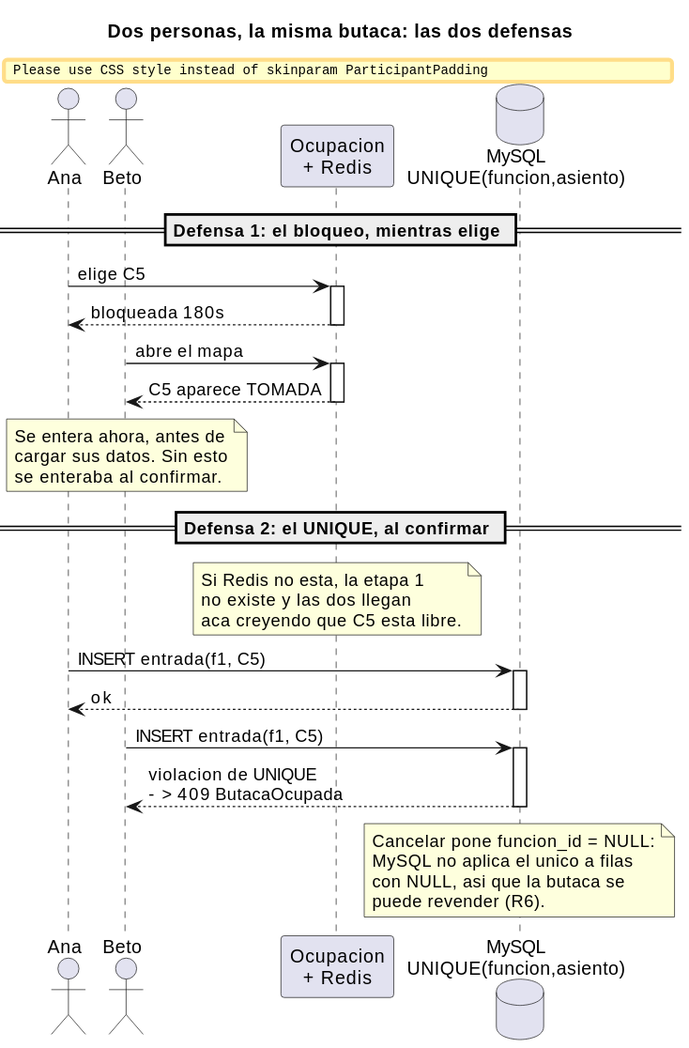
Before: _other/docs/diagramas/butaca-carrera.svg, a diagram exported from PlantUML (andreiveisuade/cine-uade). Its diagram source:
```plantuml
@startuml
title Dos personas, la misma butaca: las dos defensas

skinparam sequenceMessageAlign left
skinparam maxMessageSize 210
skinparam ParticipantPadding 14

actor Ana
actor Beto
participant "Ocupacion\n+ Redis" as Bloqueo
database "MySQL\nUNIQUE(funcion,asiento)" as DB

== Defensa 1: el bloqueo, mientras elige ==

Ana -> Bloqueo : elige C5
activate Bloqueo
Bloqueo --> Ana : bloqueada 180s
deactivate Bloqueo

Beto -> Bloqueo : abre el mapa
activate Bloqueo
Bloqueo --> Beto : C5 aparece TOMADA
deactivate Bloqueo

note over Beto
  Se entera ahora, antes de
  cargar sus datos. Sin esto
  se enteraba al confirmar.
end note

== Defensa 2: el UNIQUE, al confirmar ==

note over Bloqueo
  Si Redis no esta, la etapa 1
  no existe y las dos llegan
  aca creyendo que C5 esta libre.
end note

Ana -> DB : INSERT entrada(f1, C5)
activate DB
DB --> Ana : ok
deactivate DB

Beto -> DB : INSERT entrada(f1, C5)
activate DB
DB --> Beto : violacion de UNIQUE\n-> 409 ButacaOcupada
deactivate DB

note over DB
  Cancelar pone funcion_id = NULL:
  MySQL no aplica el unico a filas
  con NULL, asi que la butaca se
  puede revender (R6).
end note
@enduml
```
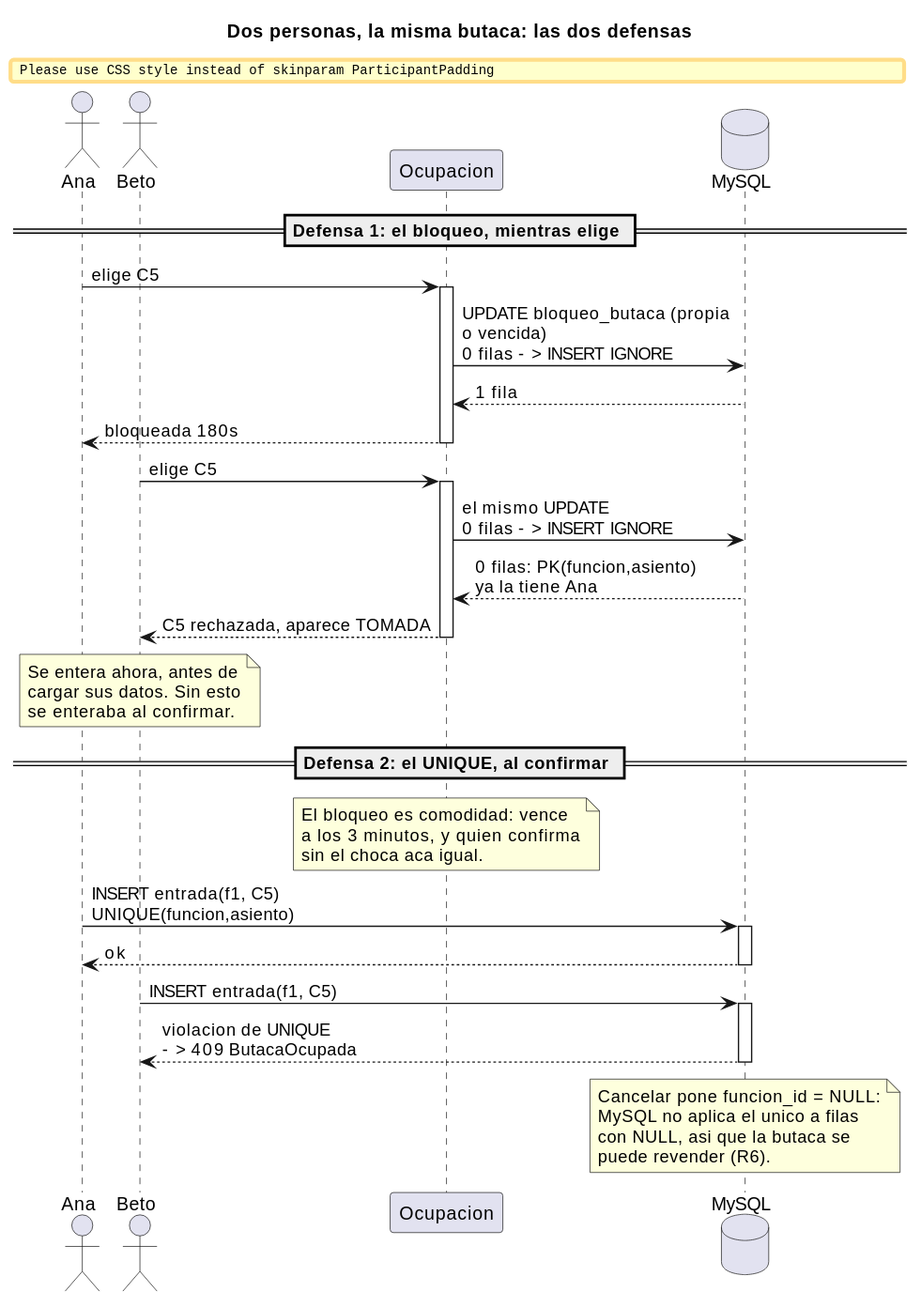
Later version of the same file.

The edit, as a diff of the source:
```diff
@@ -7,19 +7,23 @@
 
 actor Ana
 actor Beto
-participant "Ocupacion\n+ Redis" as Bloqueo
-database "MySQL\nUNIQUE(funcion,asiento)" as DB
+participant "Ocupacion" as Bloqueo
+database "MySQL" as DB
 
 == Defensa 1: el bloqueo, mientras elige ==
 
 Ana -> Bloqueo : elige C5
 activate Bloqueo
+Bloqueo -> DB : UPDATE bloqueo_butaca (propia o vencida)\n0 filas -> INSERT IGNORE
+DB --> Bloqueo : 1 fila
 Bloqueo --> Ana : bloqueada 180s
 deactivate Bloqueo
 
-Beto -> Bloqueo : abre el mapa
+Beto -> Bloqueo : elige C5
 activate Bloqueo
-Bloqueo --> Beto : C5 aparece TOMADA
+Bloqueo -> DB : el mismo UPDATE\n0 filas -> INSERT IGNORE
+DB --> Bloqueo : 0 filas: PK(funcion,asiento)\nya la tiene Ana
+Bloqueo --> Beto : C5 rechazada, aparece TOMADA
 deactivate Bloqueo
 
 note over Beto
@@ -31,12 +35,12 @@
 == Defensa 2: el UNIQUE, al confirmar ==
 
 note over Bloqueo
-  Si Redis no esta, la etapa 1
-  no existe y las dos llegan
-  aca creyendo que C5 esta libre.
+  El bloqueo es comodidad: vence
+  a los 3 minutos, y quien confirma
+  sin el choca aca igual.
 end note
 
-Ana -> DB : INSERT entrada(f1, C5)
+Ana -> DB : INSERT entrada(f1, C5)\nUNIQUE(funcion,asiento)
 activate DB
 DB --> Ana : ok
 deactivate DB
```
